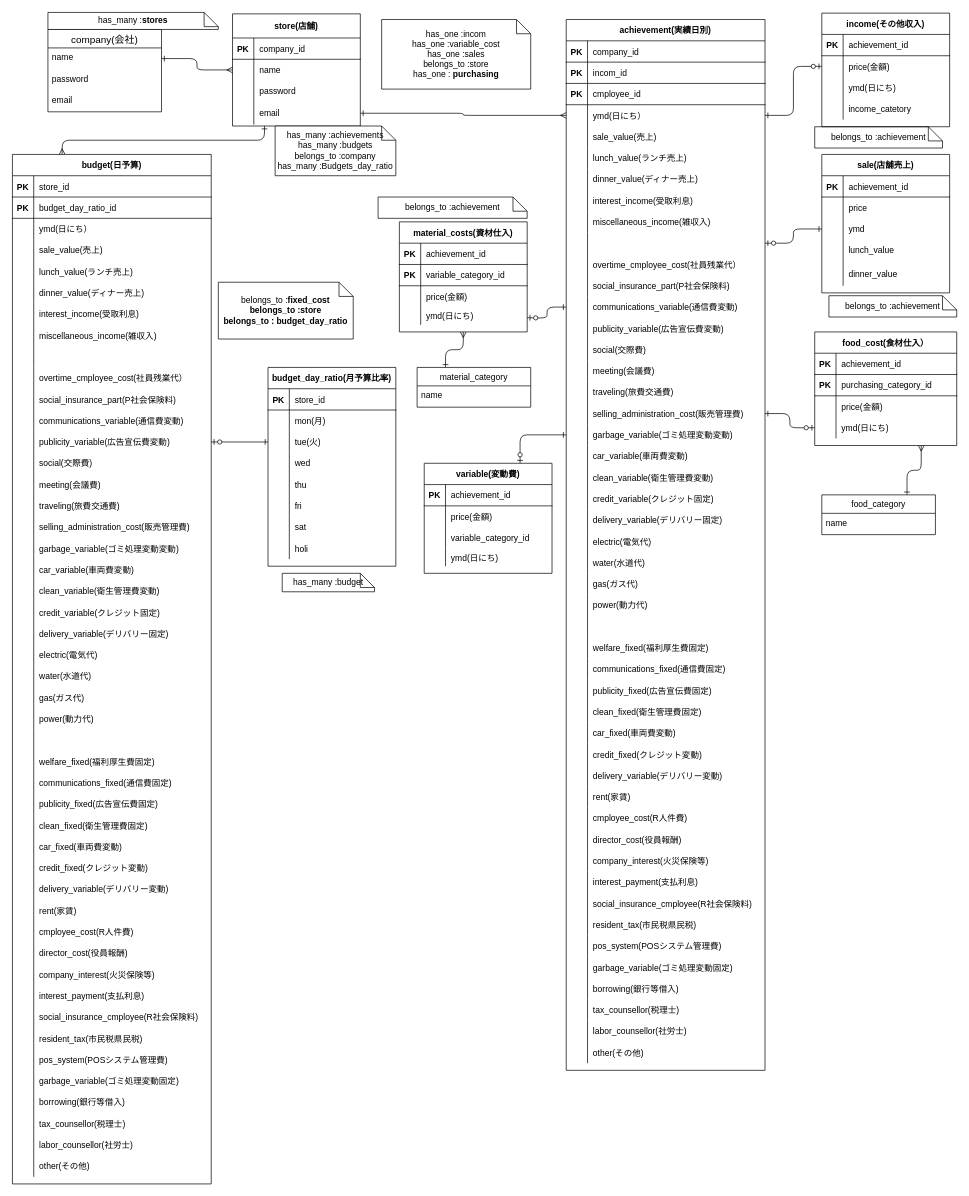
yanagi0306/profit_loss keeps this draw.io diagram as ER図.dio. Above is the earlier version. Source tidied: cells renumbered, new cells numbered last; positions are measured from the earlier drawing's top-left corner, leaving out a move shared by most shapes. Both pictures are drawn from the tidied source at 71%, with x=0, y=0 at pixel (12, 12).
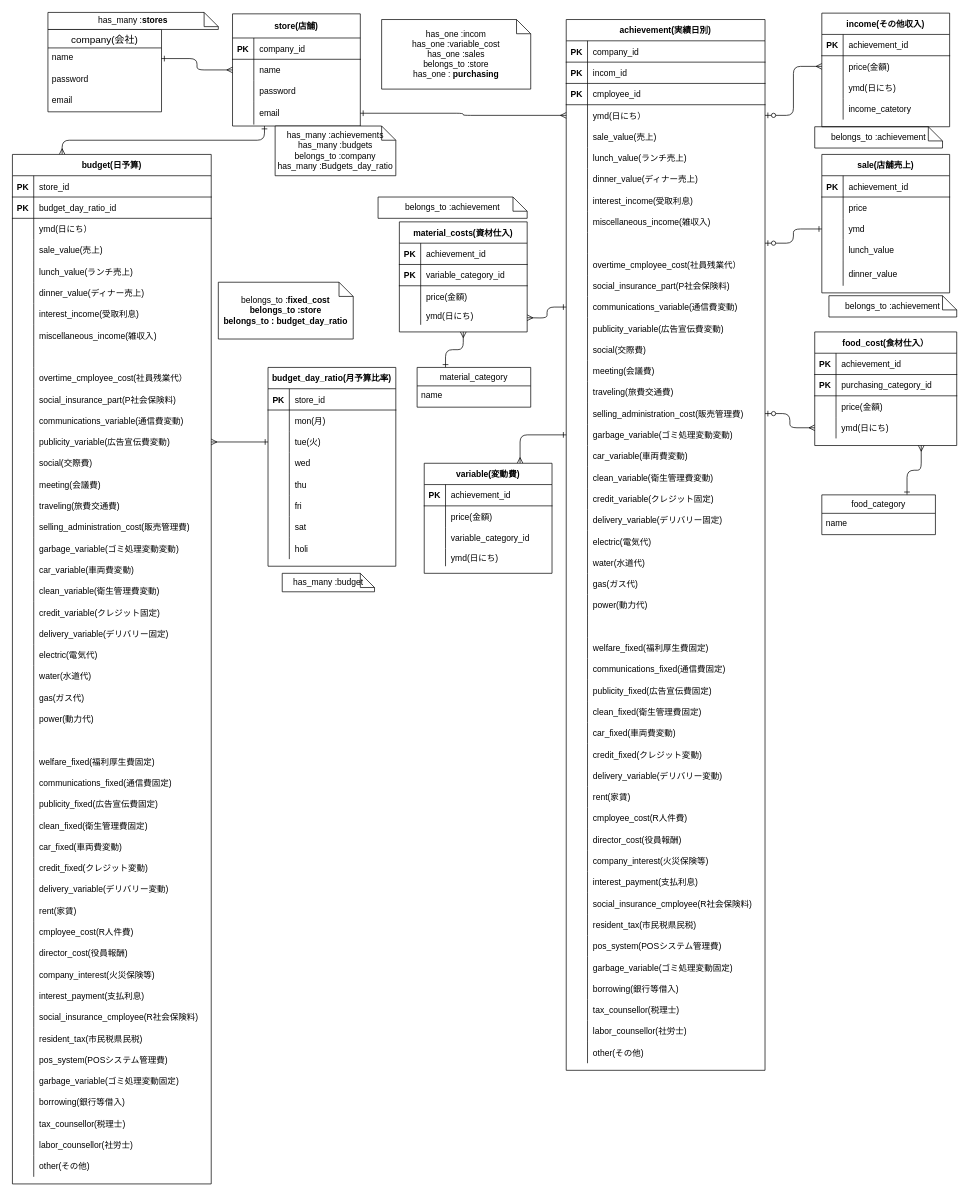
Above is the later version.

The change refers to these unchanged cells:
```xml
<mxCell id="70" style="shape=partialRectangle;fillColor=none;top=0;left=0;bottom=0;right=0;points=[[0,0.5],[1,0.5]];portConstraint=eastwest;" parent="33" vertex="1">
  <mxGeometry y="390" width="280" height="30" as="geometry" />
</mxCell>
<mxCell id="183" style="shape=partialRectangle;fillColor=none;top=0;left=0;bottom=0;right=0;points=[[0,0.5],[1,0.5]];portConstraint=eastwest;" parent="176" vertex="1">
  <mxGeometry y="90" width="180" height="30" as="geometry" />
</mxCell>
<mxCell id="224" style="shape=partialRectangle;fillColor=none;top=0;left=0;bottom=0;right=0;points=[[0,0.5],[1,0.5]];portConstraint=eastwest;" parent="214" vertex="1">
  <mxGeometry y="120" width="200" height="30" as="geometry" />
</mxCell>
<mxCell id="231" style="shape=partialRectangle;fillColor=none;top=0;left=0;bottom=0;right=0;points=[[0,0.5],[1,0.5]];portConstraint=eastwest;" parent="227" vertex="1">
  <mxGeometry y="60" width="180" height="30" as="geometry" />
</mxCell>
<mxCell id="264" value="variable(変動費)" style="shape=table;startSize=30;childLayout=tableLayout;rowLines=0;fontStyle=1;align=center;" parent="1" vertex="1">
  <mxGeometry x="580" y="635" width="180" height="155" as="geometry" />
</mxCell>
<mxCell id="287" style="shape=partialRectangle;fillColor=none;top=0;left=0;bottom=0;right=0;points=[[0,0.5],[1,0.5]];portConstraint=eastwest;" parent="277" vertex="1">
  <mxGeometry y="120" width="280" height="30" as="geometry" />
</mxCell>
<mxCell id="314" style="shape=partialRectangle;fillColor=none;top=0;left=0;bottom=0;right=0;points=[[0,0.5],[1,0.5]];portConstraint=eastwest;" parent="277" vertex="1">
  <mxGeometry y="390" width="280" height="30" as="geometry" />
</mxCell>
<mxCell id="329" style="shape=partialRectangle;fillColor=none;top=0;left=0;bottom=0;right=0;points=[[0,0.5],[1,0.5]];portConstraint=eastwest;" parent="277" vertex="1">
  <mxGeometry y="540" width="280" height="30" as="geometry" />
</mxCell>
<mxCell id="332" style="shape=partialRectangle;fillColor=none;top=0;left=0;bottom=0;right=0;points=[[0,0.5],[1,0.5]];portConstraint=eastwest;" parent="277" vertex="1">
  <mxGeometry y="570" width="280" height="30" as="geometry" />
</mxCell>
```

Change to the diagram source:
```diff
@@
-    <mxCell id="7" style="edgeStyle=orthogonalEdgeStyle;rounded=1;jettySize=auto;html=1;entryX=1;entryY=0.5;entryDx=0;entryDy=0;startArrow=ERone;startFill=0;endArrow=ERzeroToOne;endFill=1;exitX=0;exitY=0.5;exitDx=0;exitDy=0;" parent="1" edge="1" source="314">
+    <mxCell id="7" style="edgeStyle=orthogonalEdgeStyle;rounded=1;jettySize=auto;html=1;entryX=1;entryY=0.5;entryDx=0;entryDy=0;startArrow=ERone;startFill=0;endArrow=ERmany;endFill=0;exitX=0;exitY=0.5;exitDx=0;exitDy=0;" parent="1" edge="1" source="314">
       <mxGeometry relative="1" as="geometry">
         <mxPoint x="725" y="430" as="targetPoint" />
       </mxGeometry>
     </mxCell>
@@
-    <mxCell id="14" style="edgeStyle=orthogonalEdgeStyle;html=1;entryX=0;entryY=0.5;entryDx=0;entryDy=0;startArrow=ERone;startFill=0;endArrow=ERzeroToOne;endFill=1;exitX=1;exitY=0.5;exitDx=0;exitDy=0;" parent="1" edge="1" source="329" target="224">
+    <mxCell id="14" style="edgeStyle=orthogonalEdgeStyle;html=1;entryX=0;entryY=0.5;entryDx=0;entryDy=0;startArrow=ERzeroToOne;startFill=1;endArrow=ERmany;endFill=0;exitX=1;exitY=0.5;exitDx=0;exitDy=0;" parent="1" edge="1" source="329" target="224">
       <mxGeometry relative="1" as="geometry" />
     </mxCell>
-    <mxCell id="15" style="edgeStyle=orthogonalEdgeStyle;html=1;entryX=0.75;entryY=0;entryDx=0;entryDy=0;startArrow=ERone;startFill=0;endArrow=ERzeroToOne;endFill=1;exitX=0;exitY=0.5;exitDx=0;exitDy=0;rounded=1;" parent="1" edge="1" source="332" target="264">
+    <mxCell id="15" style="edgeStyle=orthogonalEdgeStyle;html=1;entryX=0.75;entryY=0;entryDx=0;entryDy=0;startArrow=ERone;startFill=0;endArrow=ERmany;endFill=0;exitX=0;exitY=0.5;exitDx=0;exitDy=0;rounded=1;" parent="1" edge="1" source="332" target="264">
       <mxGeometry relative="1" as="geometry" />
     </mxCell>
@@
-    <mxCell id="240" style="edgeStyle=orthogonalEdgeStyle;html=1;exitX=0;exitY=0.5;exitDx=0;exitDy=0;startArrow=ERzeroToOne;startFill=1;endArrow=ERone;endFill=0;entryX=1;entryY=0.5;entryDx=0;entryDy=0;" parent="1" edge="1" source="231" target="287">
+    <mxCell id="240" style="edgeStyle=orthogonalEdgeStyle;html=1;exitX=0;exitY=0.5;exitDx=0;exitDy=0;startArrow=ERmany;startFill=0;endArrow=ERzeroToOne;endFill=1;entryX=1;entryY=0.5;entryDx=0;entryDy=0;" parent="1" edge="1" source="231" target="287">
       <mxGeometry relative="1" as="geometry" />
     </mxCell>
@@
-    <mxCell id="422" style="edgeStyle=orthogonalEdgeStyle;rounded=1;html=1;exitX=0;exitY=0.5;exitDx=0;exitDy=0;entryX=1;entryY=0.5;entryDx=0;entryDy=0;startArrow=ERone;startFill=0;endArrow=ERzeroToOne;endFill=1;" parent="1" edge="1" source="183" target="70">
+    <mxCell id="422" style="edgeStyle=orthogonalEdgeStyle;rounded=1;html=1;exitX=0;exitY=0.5;exitDx=0;exitDy=0;entryX=1;entryY=0.5;entryDx=0;entryDy=0;startArrow=ERone;startFill=0;endArrow=ERmany;endFill=0;" parent="1" edge="1" source="183" target="70">
       <mxGeometry relative="1" as="geometry" />
     </mxCell>
```
